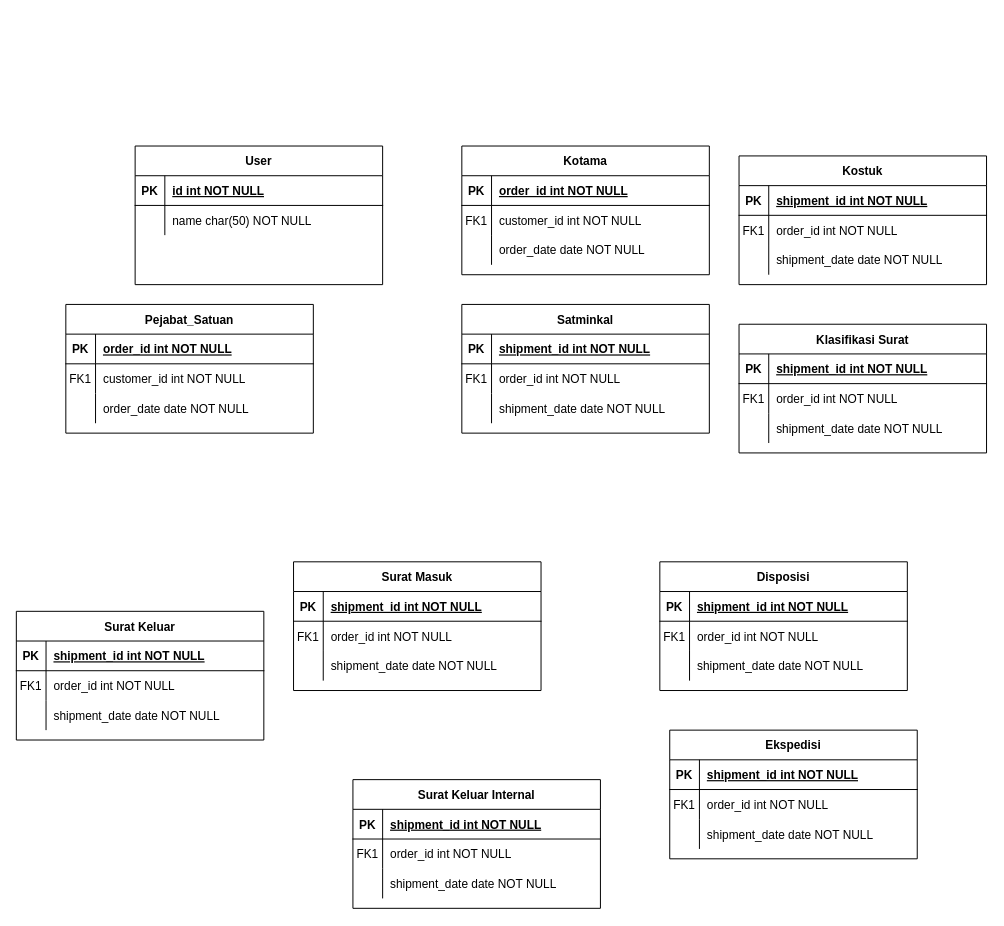
frizcool/frizcool keeps this draw.io diagram as Untitled Diagram.drawio. Above is the earlier version. Source tidied: cells renumbered, new cells numbered last; positions are measured from the earlier drawing's top-left corner, leaving out a move shared by most shapes. Both pictures are drawn from the tidied source at 99%, with x=0, y=0 at pixel (16, 146).
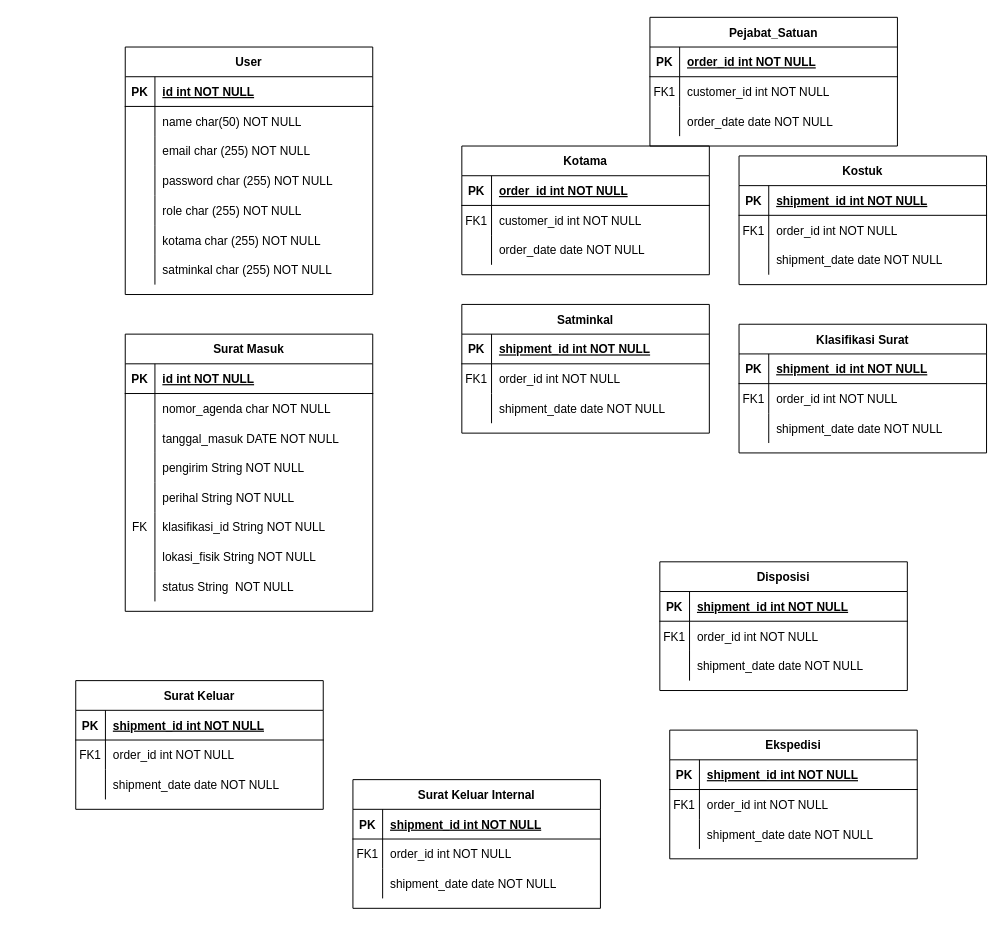
The same page after the edit.

The edit, as a diff of the source:
```diff
@@
     <mxCell id="22" value="User" style="shape=table;startSize=30;childLayout=tableLayout;rowLines=0;fontStyle=1;align=center;" parent="1" vertex="1">
-      <mxGeometry x="120" width="250" height="140" as="geometry" />
+      <mxGeometry x="110" y="-100" width="250" height="250" as="geometry" />
     </mxCell>
@@
+    <mxCell id="109" style="shape=tableRow;horizontal=0;startSize=0;swimlaneHead=0;swimlaneBody=0;fillColor=none;top=0;left=0;right=0;bottom=0;" parent="22" vertex="1">
+      <mxGeometry y="90" width="250" height="30" as="geometry" />
+    </mxCell>
+    <mxCell id="110" style="shape=partialRectangle;fillColor=none;top=0;left=0;bottom=0;right=0;overflow=hidden;" parent="109" vertex="1">
+      <mxGeometry width="30" height="30" as="geometry" />
+    </mxCell>
+    <mxCell id="111" value="email char (255) NOT NULL" style="shape=partialRectangle;fillColor=none;top=0;left=0;bottom=0;right=0;align=left;spacingLeft=6;overflow=hidden;" parent="109" vertex="1">
+      <mxGeometry x="30" width="220" height="30" as="geometry" />
+    </mxCell>
+    <mxCell id="112" style="shape=tableRow;horizontal=0;startSize=0;swimlaneHead=0;swimlaneBody=0;fillColor=none;top=0;left=0;right=0;bottom=0;" parent="22" vertex="1">
+      <mxGeometry y="120" width="250" height="30" as="geometry" />
+    </mxCell>
+    <mxCell id="113" style="shape=partialRectangle;fillColor=none;top=0;left=0;bottom=0;right=0;overflow=hidden;" parent="112" vertex="1">
+      <mxGeometry width="30" height="30" as="geometry" />
+    </mxCell>
+    <mxCell id="114" value="password char (255) NOT NULL" style="shape=partialRectangle;fillColor=none;top=0;left=0;bottom=0;right=0;align=left;spacingLeft=6;overflow=hidden;" parent="112" vertex="1">
+      <mxGeometry x="30" width="220" height="30" as="geometry" />
+    </mxCell>
+    <mxCell id="115" style="shape=tableRow;horizontal=0;startSize=0;swimlaneHead=0;swimlaneBody=0;fillColor=none;top=0;left=0;right=0;bottom=0;" parent="22" vertex="1">
+      <mxGeometry y="150" width="250" height="30" as="geometry" />
+    </mxCell>
+    <mxCell id="116" style="shape=partialRectangle;fillColor=none;top=0;left=0;bottom=0;right=0;overflow=hidden;" parent="115" vertex="1">
+      <mxGeometry width="30" height="30" as="geometry" />
+    </mxCell>
+    <mxCell id="117" value="role char (255) NOT NULL" style="shape=partialRectangle;fillColor=none;top=0;left=0;bottom=0;right=0;align=left;spacingLeft=6;overflow=hidden;" parent="115" vertex="1">
+      <mxGeometry x="30" width="220" height="30" as="geometry" />
+    </mxCell>
+    <mxCell id="118" style="shape=tableRow;horizontal=0;startSize=0;swimlaneHead=0;swimlaneBody=0;fillColor=none;top=0;left=0;right=0;bottom=0;" parent="22" vertex="1">
+      <mxGeometry y="180" width="250" height="30" as="geometry" />
+    </mxCell>
+    <mxCell id="119" style="shape=partialRectangle;fillColor=none;top=0;left=0;bottom=0;right=0;overflow=hidden;" parent="118" vertex="1">
+      <mxGeometry width="30" height="30" as="geometry" />
+    </mxCell>
+    <mxCell id="120" value="kotama char (255) NOT NULL" style="shape=partialRectangle;fillColor=none;top=0;left=0;bottom=0;right=0;align=left;spacingLeft=6;overflow=hidden;" parent="118" vertex="1">
+      <mxGeometry x="30" width="220" height="30" as="geometry" />
+    </mxCell>
+    <mxCell id="121" style="shape=tableRow;horizontal=0;startSize=0;swimlaneHead=0;swimlaneBody=0;fillColor=none;top=0;left=0;right=0;bottom=0;" parent="22" vertex="1">
+      <mxGeometry y="210" width="250" height="30" as="geometry" />
+    </mxCell>
+    <mxCell id="122" style="shape=partialRectangle;fillColor=none;top=0;left=0;bottom=0;right=0;overflow=hidden;" parent="121" vertex="1">
+      <mxGeometry width="30" height="30" as="geometry" />
+    </mxCell>
+    <mxCell id="123" value="satminkal char (255) NOT NULL" style="shape=partialRectangle;fillColor=none;top=0;left=0;bottom=0;right=0;align=left;spacingLeft=6;overflow=hidden;" parent="121" vertex="1">
+      <mxGeometry x="30" width="220" height="30" as="geometry" />
+    </mxCell>
     <mxCell id="29" value="Pejabat_Satuan" style="shape=table;startSize=30;childLayout=tableLayout;rowLines=0;fontStyle=1;align=center;" parent="1" vertex="1">
-      <mxGeometry x="50" y="160" width="250" height="130" as="geometry" />
+      <mxGeometry x="640" y="-130" width="250" height="130" as="geometry" />
     </mxCell>
@@
-    <mxCell id="59" value="Surat Masuk" style="shape=table;startSize=30;childLayout=tableLayout;rowLines=0;fontStyle=1;align=center;" parent="1" vertex="1">
-      <mxGeometry x="280" y="420" width="250" height="130" as="geometry" />
-    </mxCell>
-    <mxCell id="60" style="shape=partialRectangle;fillColor=none;top=0;left=0;right=0;bottom=1;" parent="59" vertex="1">
-      <mxGeometry y="30" width="250" height="30" as="geometry" />
-    </mxCell>
-    <mxCell id="61" value="PK" style="shape=partialRectangle;overflow=hidden;fillColor=none;top=0;left=0;bottom=0;right=0;fontStyle=1;" parent="60" vertex="1">
-      <mxGeometry width="30" height="30" as="geometry" />
-    </mxCell>
-    <mxCell id="62" value="shipment_id int NOT NULL " style="shape=partialRectangle;overflow=hidden;fillColor=none;top=0;left=0;bottom=0;right=0;align=left;spacingLeft=6;fontStyle=5;" parent="60" vertex="1">
-      <mxGeometry x="30" width="220" height="30" as="geometry" />
-    </mxCell>
-    <mxCell id="63" style="shape=partialRectangle;fillColor=none;top=0;left=0;right=0;bottom=0;" parent="59" vertex="1">
-      <mxGeometry y="60" width="250" height="30" as="geometry" />
-    </mxCell>
-    <mxCell id="64" value="FK1" style="shape=partialRectangle;overflow=hidden;fillColor=none;top=0;left=0;bottom=0;right=0;" parent="63" vertex="1">
-      <mxGeometry width="30" height="30" as="geometry" />
-    </mxCell>
-    <mxCell id="65" value="order_id int NOT NULL" style="shape=partialRectangle;overflow=hidden;fillColor=none;top=0;left=0;bottom=0;right=0;align=left;spacingLeft=6;" parent="63" vertex="1">
-      <mxGeometry x="30" width="220" height="30" as="geometry" />
-    </mxCell>
-    <mxCell id="66" style="shape=partialRectangle;fillColor=none;top=0;left=0;right=0;bottom=0;" parent="59" vertex="1">
-      <mxGeometry y="90" width="250" height="30" as="geometry" />
-    </mxCell>
-    <mxCell id="67" style="shape=partialRectangle;overflow=hidden;fillColor=none;top=0;left=0;bottom=0;right=0;" parent="66" vertex="1">
-      <mxGeometry width="30" height="30" as="geometry" />
-    </mxCell>
-    <mxCell id="68" value="shipment_date date NOT NULL" style="shape=partialRectangle;overflow=hidden;fillColor=none;top=0;left=0;bottom=0;right=0;align=left;spacingLeft=6;" parent="66" vertex="1">
-      <mxGeometry x="30" width="220" height="30" as="geometry" />
-    </mxCell>
@@
     <mxCell id="79" value="Surat Keluar" style="shape=table;startSize=30;childLayout=tableLayout;rowLines=0;fontStyle=1;align=center;" parent="1" vertex="1">
-      <mxGeometry y="470" width="250" height="130" as="geometry" />
+      <mxGeometry x="60" y="540" width="250" height="130" as="geometry" />
     </mxCell>
@@
+    <mxCell id="59" value="Surat Masuk" style="shape=table;startSize=30;childLayout=tableLayout;rowLines=0;fontStyle=1;align=center;" parent="1" vertex="1">
+      <mxGeometry x="110" y="190" width="250" height="280" as="geometry" />
+    </mxCell>
+    <mxCell id="60" style="shape=partialRectangle;fillColor=none;top=0;left=0;right=0;bottom=1;" parent="59" vertex="1">
+      <mxGeometry y="30" width="250" height="30" as="geometry" />
+    </mxCell>
+    <mxCell id="61" value="PK" style="shape=partialRectangle;overflow=hidden;fillColor=none;top=0;left=0;bottom=0;right=0;fontStyle=1;" parent="60" vertex="1">
+      <mxGeometry width="30" height="30" as="geometry" />
+    </mxCell>
+    <mxCell id="62" value="id int NOT NULL " style="shape=partialRectangle;overflow=hidden;fillColor=none;top=0;left=0;bottom=0;right=0;align=left;spacingLeft=6;fontStyle=5;" parent="60" vertex="1">
+      <mxGeometry x="30" width="220" height="30" as="geometry" />
+    </mxCell>
+    <mxCell id="124" style="shape=tableRow;horizontal=0;startSize=0;swimlaneHead=0;swimlaneBody=0;fillColor=none;top=0;left=0;right=0;bottom=0;" parent="59" vertex="1">
+      <mxGeometry y="60" width="250" height="30" as="geometry" />
+    </mxCell>
+    <mxCell id="125" style="shape=partialRectangle;fillColor=none;top=0;left=0;bottom=0;right=0;overflow=hidden;" parent="124" vertex="1">
+      <mxGeometry width="30" height="30" as="geometry" />
+    </mxCell>
+    <mxCell id="126" value="nomor_agenda char NOT NULL" style="shape=partialRectangle;fillColor=none;top=0;left=0;bottom=0;right=0;align=left;spacingLeft=6;overflow=hidden;" parent="124" vertex="1">
+      <mxGeometry x="30" width="220" height="30" as="geometry" />
+    </mxCell>
+    <mxCell id="127" style="shape=tableRow;horizontal=0;startSize=0;swimlaneHead=0;swimlaneBody=0;fillColor=none;top=0;left=0;right=0;bottom=0;" parent="59" vertex="1">
+      <mxGeometry y="90" width="250" height="30" as="geometry" />
+    </mxCell>
+    <mxCell id="128" style="shape=partialRectangle;fillColor=none;top=0;left=0;bottom=0;right=0;overflow=hidden;" parent="127" vertex="1">
+      <mxGeometry width="30" height="30" as="geometry" />
+    </mxCell>
+    <mxCell id="129" value="tanggal_masuk DATE NOT NULL" style="shape=partialRectangle;fillColor=none;top=0;left=0;bottom=0;right=0;align=left;spacingLeft=6;overflow=hidden;" parent="127" vertex="1">
+      <mxGeometry x="30" width="220" height="30" as="geometry" />
+    </mxCell>
+    <mxCell id="130" style="shape=tableRow;horizontal=0;startSize=0;swimlaneHead=0;swimlaneBody=0;fillColor=none;top=0;left=0;right=0;bottom=0;" parent="59" vertex="1">
+      <mxGeometry y="120" width="250" height="30" as="geometry" />
+    </mxCell>
+    <mxCell id="131" style="shape=partialRectangle;fillColor=none;top=0;left=0;bottom=0;right=0;overflow=hidden;" parent="130" vertex="1">
+      <mxGeometry width="30" height="30" as="geometry" />
+    </mxCell>
+    <mxCell id="132" value="pengirim String NOT NULL" style="shape=partialRectangle;fillColor=none;top=0;left=0;bottom=0;right=0;align=left;spacingLeft=6;overflow=hidden;" parent="130" vertex="1">
+      <mxGeometry x="30" width="220" height="30" as="geometry" />
+    </mxCell>
+    <mxCell id="133" style="shape=tableRow;horizontal=0;startSize=0;swimlaneHead=0;swimlaneBody=0;fillColor=none;top=0;left=0;right=0;bottom=0;" parent="59" vertex="1">
+      <mxGeometry y="150" width="250" height="30" as="geometry" />
+    </mxCell>
+    <mxCell id="134" style="shape=partialRectangle;fillColor=none;top=0;left=0;bottom=0;right=0;overflow=hidden;" parent="133" vertex="1">
+      <mxGeometry width="30" height="30" as="geometry" />
+    </mxCell>
+    <mxCell id="135" value="perihal String NOT NULL" style="shape=partialRectangle;fillColor=none;top=0;left=0;bottom=0;right=0;align=left;spacingLeft=6;overflow=hidden;" parent="133" vertex="1">
+      <mxGeometry x="30" width="220" height="30" as="geometry" />
+    </mxCell>
+    <mxCell id="136" style="shape=tableRow;horizontal=0;startSize=0;swimlaneHead=0;swimlaneBody=0;fillColor=none;top=0;left=0;right=0;bottom=0;" parent="59" vertex="1">
+      <mxGeometry y="180" width="250" height="30" as="geometry" />
+    </mxCell>
+    <mxCell id="137" value="FK" style="shape=partialRectangle;fillColor=none;top=0;left=0;bottom=0;right=0;fontStyle=0;overflow=hidden;whiteSpace=wrap;html=1;" parent="136" vertex="1">
+      <mxGeometry width="30" height="30" as="geometry" />
+    </mxCell>
+    <mxCell id="138" value="klasifikasi_id String NOT NULL" style="shape=partialRectangle;fillColor=none;top=0;left=0;bottom=0;right=0;align=left;spacingLeft=6;fontStyle=0;overflow=hidden;whiteSpace=wrap;html=1;" parent="136" vertex="1">
+      <mxGeometry x="30" width="220" height="30" as="geometry" />
+    </mxCell>
+    <mxCell id="139" style="shape=tableRow;horizontal=0;startSize=0;swimlaneHead=0;swimlaneBody=0;fillColor=none;top=0;left=0;right=0;bottom=0;" parent="59" vertex="1">
+      <mxGeometry y="210" width="250" height="30" as="geometry" />
+    </mxCell>
+    <mxCell id="140" style="shape=partialRectangle;fillColor=none;top=0;left=0;bottom=0;right=0;overflow=hidden;" parent="139" vertex="1">
+      <mxGeometry width="30" height="30" as="geometry" />
+    </mxCell>
+    <mxCell id="141" value="lokasi_fisik String NOT NULL" style="shape=partialRectangle;fillColor=none;top=0;left=0;bottom=0;right=0;align=left;spacingLeft=6;overflow=hidden;" parent="139" vertex="1">
+      <mxGeometry x="30" width="220" height="30" as="geometry" />
+    </mxCell>
+    <mxCell id="142" style="shape=tableRow;horizontal=0;startSize=0;swimlaneHead=0;swimlaneBody=0;fillColor=none;top=0;left=0;right=0;bottom=0;" parent="59" vertex="1">
+      <mxGeometry y="240" width="250" height="30" as="geometry" />
+    </mxCell>
+    <mxCell id="143" style="shape=partialRectangle;fillColor=none;top=0;left=0;bottom=0;right=0;overflow=hidden;" parent="142" vertex="1">
+      <mxGeometry width="30" height="30" as="geometry" />
+    </mxCell>
+    <mxCell id="144" value="status String  NOT NULL" style="shape=partialRectangle;fillColor=none;top=0;left=0;bottom=0;right=0;align=left;spacingLeft=6;overflow=hidden;" parent="142" vertex="1">
+      <mxGeometry x="30" width="220" height="30" as="geometry" />
+    </mxCell>
```
